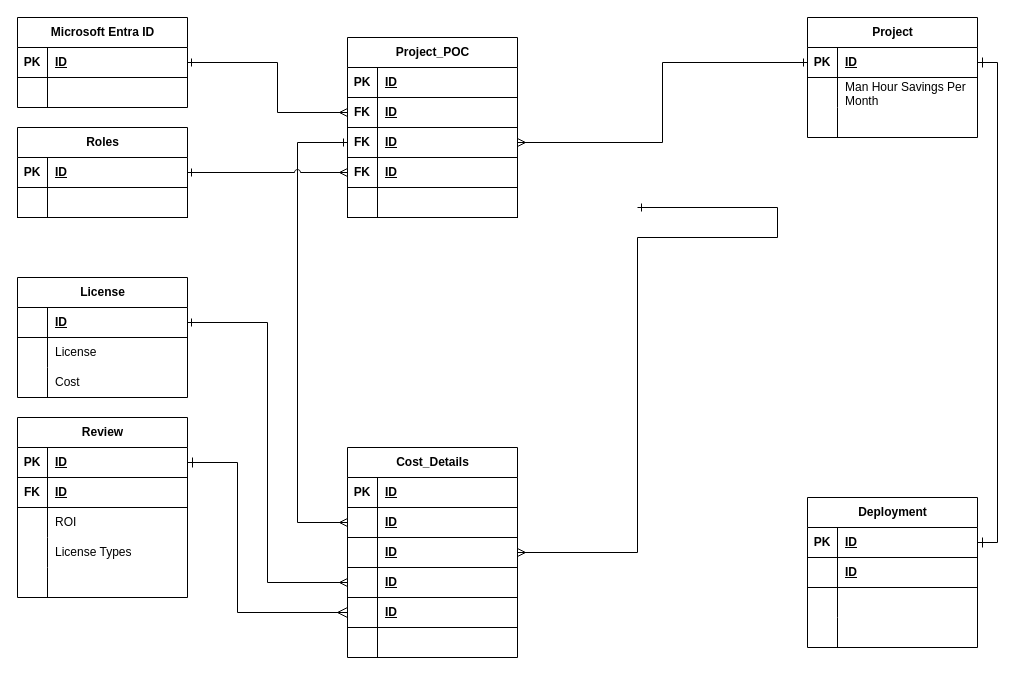
Earlier version of the draw.io diagram page "Option-3y" (2 of 3) of erd-projint-01.drawio (josjreyes/ProjectIntake). Source tidied: cells renumbered, new cells numbered last; positions are measured from the earlier drawing's top-left corner, leaving out a move shared by most shapes. Both pictures are drawn from the tidied source at 100%, with x=0, y=0 at pixel (17, 17).
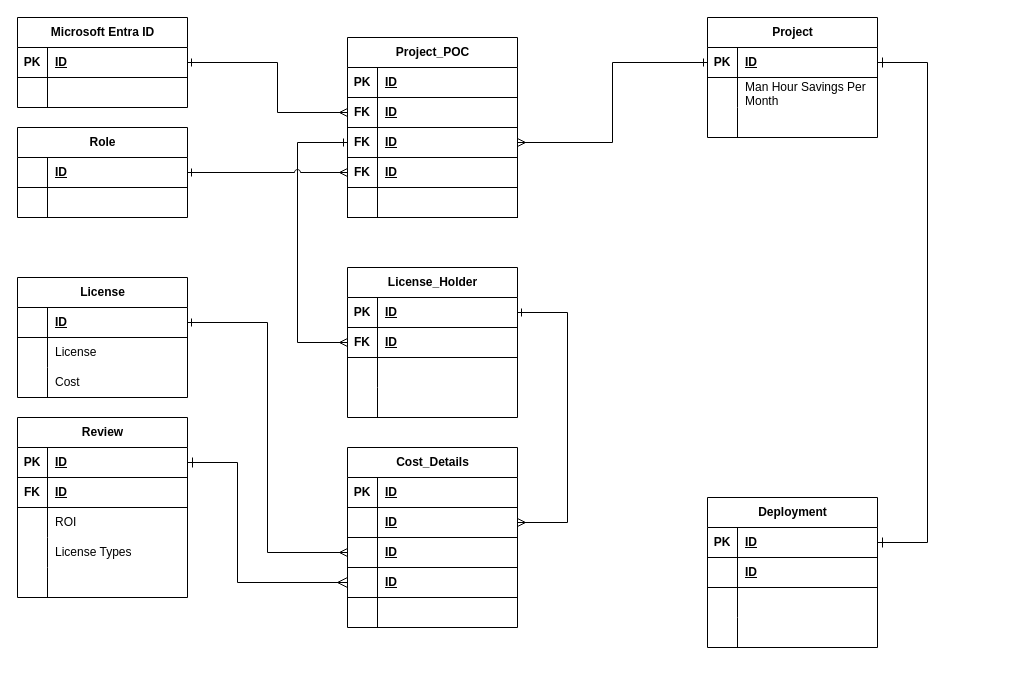
The same page after the edit.

Commit message:
Added License_Holder table

The change refers to these unchanged cells:
```xml
<mxCell id="3" style="shape=tableRow;horizontal=0;startSize=0;swimlaneHead=0;swimlaneBody=0;fillColor=none;points=[[0,0.5],[1,0.5]];portConstraint=eastwest;top=0;left=0;right=0;bottom=1;" parent="2" vertex="1">
  <mxGeometry y="30" width="170" height="30" as="geometry" />
</mxCell>
<mxCell id="13" style="shape=tableRow;horizontal=0;startSize=0;swimlaneHead=0;swimlaneBody=0;fillColor=none;points=[[0,0.5],[1,0.5]];portConstraint=eastwest;top=0;left=0;right=0;bottom=1;" parent="12" vertex="1">
  <mxGeometry y="30" width="170" height="30" as="geometry" />
</mxCell>
<mxCell id="26" style="shape=tableRow;horizontal=0;startSize=0;swimlaneHead=0;swimlaneBody=0;fillColor=none;points=[[0,0.5],[1,0.5]];portConstraint=eastwest;top=0;left=0;right=0;bottom=1;" parent="22" vertex="1">
  <mxGeometry y="60" width="170" height="30" as="geometry" />
</mxCell>
<mxCell id="49" style="shape=tableRow;horizontal=0;startSize=0;swimlaneHead=0;swimlaneBody=0;fillColor=none;points=[[0,0.5],[1,0.5]];portConstraint=eastwest;top=0;left=0;right=0;bottom=1;" parent="48" vertex="1">
  <mxGeometry y="30" width="170" height="30" as="geometry" />
</mxCell>
<mxCell id="64" style="shape=tableRow;horizontal=0;startSize=0;swimlaneHead=0;swimlaneBody=0;fillColor=none;points=[[0,0.5],[1,0.5]];portConstraint=eastwest;top=0;left=0;right=0;bottom=1;" parent="63" vertex="1">
  <mxGeometry y="30" width="170" height="30" as="geometry" />
</mxCell>
<mxCell id="93" style="shape=tableRow;horizontal=0;startSize=0;swimlaneHead=0;swimlaneBody=0;fillColor=none;points=[[0,0.5],[1,0.5]];portConstraint=eastwest;top=0;left=0;right=0;bottom=1;" parent="86" vertex="1">
  <mxGeometry y="90" width="170" height="30" as="geometry" />
</mxCell>
<mxCell id="96" style="shape=tableRow;horizontal=0;startSize=0;swimlaneHead=0;swimlaneBody=0;fillColor=none;points=[[0,0.5],[1,0.5]];portConstraint=eastwest;top=0;left=0;right=0;bottom=1;" parent="86" vertex="1">
  <mxGeometry y="120" width="170" height="30" as="geometry" />
</mxCell>
```

Diff of the diagram source:
```diff
@@
     <mxCell id="2" value="Project" style="shape=table;startSize=30;childLayout=tableLayout;rowLines=0;fontStyle=1;align=center;html=1;" parent="1" vertex="1">
-      <mxGeometry x="790" width="170" height="120" as="geometry" />
+      <mxGeometry x="690" width="170" height="120" as="geometry" />
     </mxCell>
@@
     <mxCell id="22" value="Cost_Details" style="shape=table;startSize=30;childLayout=tableLayout;rowLines=0;fontStyle=1;align=center;html=1;" parent="1" vertex="1">
-      <mxGeometry x="330" y="430" width="170" height="210" as="geometry" />
+      <mxGeometry x="330" y="430" width="170" height="180" as="geometry" />
     </mxCell>
@@
-    <mxCell id="29" style="shape=tableRow;horizontal=0;startSize=0;swimlaneHead=0;swimlaneBody=0;fillColor=none;points=[[0,0.5],[1,0.5]];portConstraint=eastwest;top=0;left=0;right=0;bottom=1;" parent="22" vertex="1">
-      <mxGeometry y="90" width="170" height="30" as="geometry" />
-    </mxCell>
-    <mxCell id="30" style="shape=partialRectangle;fillColor=none;top=0;left=0;bottom=0;right=0;fontStyle=1;overflow=hidden;whiteSpace=wrap;html=1;" parent="29" vertex="1">
-      <mxGeometry width="30" height="30" as="geometry" />
-    </mxCell>
-    <mxCell id="31" value="ID" style="shape=partialRectangle;fillColor=none;top=0;left=0;bottom=0;right=0;align=left;spacingLeft=6;fontStyle=5;overflow=hidden;whiteSpace=wrap;html=1;" parent="29" vertex="1">
-      <mxGeometry x="30" width="140" height="30" as="geometry" />
-    </mxCell>
     <mxCell id="32" style="shape=tableRow;horizontal=0;startSize=0;swimlaneHead=0;swimlaneBody=0;fillColor=none;points=[[0,0.5],[1,0.5]];portConstraint=eastwest;top=0;left=0;right=0;bottom=1;" parent="22" vertex="1">
-      <mxGeometry y="120" width="170" height="30" as="geometry" />
+      <mxGeometry y="90" width="170" height="30" as="geometry" />
     </mxCell>
@@
     <mxCell id="35" style="shape=tableRow;horizontal=0;startSize=0;swimlaneHead=0;swimlaneBody=0;fillColor=none;points=[[0,0.5],[1,0.5]];portConstraint=eastwest;top=0;left=0;right=0;bottom=1;" parent="22" vertex="1">
-      <mxGeometry y="150" width="170" height="30" as="geometry" />
+      <mxGeometry y="120" width="170" height="30" as="geometry" />
     </mxCell>
@@
     <mxCell id="38" style="shape=tableRow;horizontal=0;startSize=0;swimlaneHead=0;swimlaneBody=0;fillColor=none;top=0;left=0;right=0;bottom=0;" parent="22" vertex="1">
-      <mxGeometry y="180" width="170" height="30" as="geometry" />
+      <mxGeometry y="150" width="170" height="30" as="geometry" />
     </mxCell>
@@
     <mxCell id="48" value="Deployment" style="shape=table;startSize=30;childLayout=tableLayout;rowLines=0;fontStyle=1;align=center;html=1;" parent="1" vertex="1">
-      <mxGeometry x="790" y="480" width="170" height="150" as="geometry" />
+      <mxGeometry x="690" y="480" width="170" height="150" as="geometry" />
     </mxCell>
@@
-    <mxCell id="61" style="edgeStyle=orthogonalEdgeStyle;rounded=0;jettySize=auto;html=1;exitX=1;exitY=0.5;exitDx=0;exitDy=0;endArrow=ERone;endFill=0;startArrow=ERmany;startFill=0;" parent="1" edge="1" source="29">
+    <mxCell id="61" style="edgeStyle=orthogonalEdgeStyle;rounded=0;jettySize=auto;html=1;exitX=1;exitY=0.5;exitDx=0;exitDy=0;endArrow=ERone;endFill=0;startArrow=ERmany;startFill=0;entryX=1;entryY=0.5;entryDx=0;entryDy=0;" parent="1" edge="1" source="26" target="109">
       <mxGeometry relative="1" as="geometry">
-        <mxPoint x="620" y="190" as="targetPoint" />
         <Array as="points">
-          <mxPoint x="620" y="535" />
-          <mxPoint x="620" y="220" />
-          <mxPoint x="760" y="220" />
+          <mxPoint x="550" y="505" />
+          <mxPoint x="550" y="295" />
         </Array>
       </mxGeometry>
     </mxCell>
-    <mxCell id="62" style="edgeStyle=orthogonalEdgeStyle;rounded=0;jettySize=auto;html=1;endArrow=ERone;endFill=0;startArrow=ERmany;startFill=0;exitX=0;exitY=0.5;exitDx=0;exitDy=0;entryX=0;entryY=0.5;entryDx=0;entryDy=0;strokeColor=default;jumpStyle=arc;" parent="1" edge="1" source="26" target="93">
+    <mxCell id="62" style="edgeStyle=orthogonalEdgeStyle;rounded=0;jettySize=auto;html=1;endArrow=ERone;endFill=0;startArrow=ERmany;startFill=0;exitX=0;exitY=0.5;exitDx=0;exitDy=0;entryX=0;entryY=0.5;entryDx=0;entryDy=0;strokeColor=default;jumpStyle=arc;" parent="1" edge="1" source="83" target="93">
       <mxGeometry relative="1" as="geometry">
         <Array as="points">
-          <mxPoint x="280" y="505" />
+          <mxPoint x="280" y="325" />
           <mxPoint x="280" y="125" />
         </Array>
       </mxGeometry>
     </mxCell>
@@
-    <mxCell id="79" value="Roles" style="shape=table;startSize=30;childLayout=tableLayout;rowLines=0;fontStyle=1;align=center;html=1;" parent="1" vertex="1">
-      <mxGeometry y="110" width="170" height="90" as="geometry" />
-    </mxCell>
-    <mxCell id="80" style="shape=tableRow;horizontal=0;startSize=0;swimlaneHead=0;swimlaneBody=0;fillColor=none;points=[[0,0.5],[1,0.5]];portConstraint=eastwest;top=0;left=0;right=0;bottom=1;" parent="79" vertex="1">
-      <mxGeometry y="30" width="170" height="30" as="geometry" />
-    </mxCell>
-    <mxCell id="81" value="PK" style="shape=partialRectangle;fillColor=none;top=0;left=0;bottom=0;right=0;fontStyle=1;overflow=hidden;whiteSpace=wrap;html=1;" parent="80" vertex="1">
-      <mxGeometry width="30" height="30" as="geometry" />
-    </mxCell>
-    <mxCell id="82" value="ID" style="shape=partialRectangle;fillColor=none;top=0;left=0;bottom=0;right=0;align=left;spacingLeft=6;fontStyle=5;overflow=hidden;whiteSpace=wrap;html=1;" parent="80" vertex="1">
-      <mxGeometry x="30" width="140" height="30" as="geometry" />
-    </mxCell>
-    <mxCell id="83" style="shape=tableRow;horizontal=0;startSize=0;swimlaneHead=0;swimlaneBody=0;fillColor=none;points=[[0,0.5],[1,0.5]];portConstraint=eastwest;top=0;left=0;right=0;bottom=1;" parent="79" vertex="1">
-      <mxGeometry y="60" width="170" height="30" as="geometry" />
-    </mxCell>
-    <mxCell id="84" style="shape=partialRectangle;fillColor=none;top=0;left=0;bottom=0;right=0;fontStyle=1;overflow=hidden;whiteSpace=wrap;html=1;" parent="83" vertex="1">
-      <mxGeometry width="30" height="30" as="geometry" />
-    </mxCell>
-    <mxCell id="85" style="shape=partialRectangle;fillColor=none;top=0;left=0;bottom=0;right=0;align=left;spacingLeft=6;fontStyle=5;overflow=hidden;whiteSpace=wrap;html=1;" parent="83" vertex="1">
-      <mxGeometry x="30" width="140" height="30" as="geometry" />
-    </mxCell>
@@
-    <mxCell id="104" style="edgeStyle=orthogonalEdgeStyle;rounded=0;jettySize=auto;html=1;startArrow=ERmany;startFill=0;endArrow=ERone;endFill=0;exitX=0;exitY=0.5;exitDx=0;exitDy=0;jumpStyle=arc;" parent="1" edge="1" source="96" target="80">
+    <mxCell id="104" style="edgeStyle=orthogonalEdgeStyle;rounded=0;jettySize=auto;html=1;startArrow=ERmany;startFill=0;endArrow=ERone;endFill=0;exitX=0;exitY=0.5;exitDx=0;exitDy=0;jumpStyle=arc;entryX=1;entryY=0.5;entryDx=0;entryDy=0;" parent="1" edge="1" source="96" target="120">
       <mxGeometry relative="1" as="geometry" />
     </mxCell>
     <mxCell id="105" style="edgeStyle=orthogonalEdgeStyle;rounded=0;jettySize=auto;html=1;entryX=0;entryY=0.5;entryDx=0;entryDy=0;fontSize=12;startSize=8;endSize=8;exitX=1;exitY=0.5;exitDx=0;exitDy=0;startArrow=ERone;startFill=0;endArrow=ERmany;endFill=0;" parent="1" edge="1" source="64" target="35">
       <mxGeometry relative="1" as="geometry">
         <Array as="points">
           <mxPoint x="220" y="445" />
-          <mxPoint x="220" y="595" />
+          <mxPoint x="220" y="565" />
         </Array>
       </mxGeometry>
     </mxCell>
     <mxCell id="106" style="edgeStyle=orthogonalEdgeStyle;rounded=0;jettySize=auto;html=1;endArrow=ERone;endFill=0;startArrow=ERmany;startFill=0;exitX=0;exitY=0.5;exitDx=0;exitDy=0;" parent="1" edge="1" source="32" target="13">
       <mxGeometry relative="1" as="geometry">
         <Array as="points">
-          <mxPoint x="250" y="565" />
+          <mxPoint x="250" y="535" />
           <mxPoint x="250" y="305" />
         </Array>
       </mxGeometry>
     </mxCell>
     <mxCell id="107" style="edgeStyle=orthogonalEdgeStyle;rounded=0;jettySize=auto;html=1;fontSize=12;startSize=8;endSize=8;entryX=1;entryY=0.5;entryDx=0;entryDy=0;exitX=1;exitY=0.5;exitDx=0;exitDy=0;startArrow=ERone;startFill=0;endArrow=ERone;endFill=0;" parent="1" edge="1" source="3" target="49">
-      <mxGeometry relative="1" as="geometry" />
+      <mxGeometry relative="1" as="geometry">
+        <Array as="points">
+          <mxPoint x="910" y="45" />
+          <mxPoint x="910" y="525" />
+        </Array>
+      </mxGeometry>
     </mxCell>
+    <mxCell id="108" value="License_Holder" style="shape=table;startSize=30;childLayout=tableLayout;rowLines=0;fontStyle=1;align=center;html=1;" parent="1" vertex="1">
+      <mxGeometry x="330" y="250" width="170" height="150" as="geometry" />
+    </mxCell>
+    <mxCell id="109" style="shape=tableRow;horizontal=0;startSize=0;swimlaneHead=0;swimlaneBody=0;fillColor=none;points=[[0,0.5],[1,0.5]];portConstraint=eastwest;top=0;left=0;right=0;bottom=1;" parent="108" vertex="1">
+      <mxGeometry y="30" width="170" height="30" as="geometry" />
+    </mxCell>
+    <mxCell id="81" value="PK" style="shape=partialRectangle;fillColor=none;top=0;left=0;bottom=0;right=0;fontStyle=1;overflow=hidden;whiteSpace=wrap;html=1;" parent="109" vertex="1">
+      <mxGeometry width="30" height="30" as="geometry" />
+    </mxCell>
+    <mxCell id="110" value="ID" style="shape=partialRectangle;fillColor=none;top=0;left=0;bottom=0;right=0;align=left;spacingLeft=6;fontStyle=5;overflow=hidden;whiteSpace=wrap;html=1;" parent="109" vertex="1">
+      <mxGeometry x="30" width="140" height="30" as="geometry" />
+    </mxCell>
+    <mxCell id="83" style="shape=tableRow;horizontal=0;startSize=0;swimlaneHead=0;swimlaneBody=0;fillColor=none;points=[[0,0.5],[1,0.5]];portConstraint=eastwest;top=0;left=0;right=0;bottom=1;" parent="108" vertex="1">
+      <mxGeometry y="60" width="170" height="30" as="geometry" />
+    </mxCell>
+    <mxCell id="111" value="FK" style="shape=partialRectangle;fillColor=none;top=0;left=0;bottom=0;right=0;fontStyle=1;overflow=hidden;whiteSpace=wrap;html=1;" parent="83" vertex="1">
+      <mxGeometry width="30" height="30" as="geometry" />
+    </mxCell>
+    <mxCell id="112" value="ID" style="shape=partialRectangle;fillColor=none;top=0;left=0;bottom=0;right=0;align=left;spacingLeft=6;fontStyle=5;overflow=hidden;whiteSpace=wrap;html=1;" parent="83" vertex="1">
+      <mxGeometry x="30" width="140" height="30" as="geometry" />
+    </mxCell>
+    <mxCell id="113" style="shape=tableRow;horizontal=0;startSize=0;swimlaneHead=0;swimlaneBody=0;fillColor=none;top=0;left=0;right=0;bottom=0;" parent="108" vertex="1">
+      <mxGeometry y="90" width="170" height="30" as="geometry" />
+    </mxCell>
+    <mxCell id="114" style="shape=partialRectangle;fillColor=none;top=0;left=0;bottom=0;right=0;overflow=hidden;whiteSpace=wrap;html=1;" parent="113" vertex="1">
+      <mxGeometry width="30" height="30" as="geometry" />
+    </mxCell>
+    <mxCell id="115" style="shape=partialRectangle;fillColor=none;top=0;left=0;bottom=0;right=0;align=left;spacingLeft=6;overflow=hidden;whiteSpace=wrap;html=1;" parent="113" vertex="1">
+      <mxGeometry x="30" width="140" height="30" as="geometry" />
+    </mxCell>
+    <mxCell id="116" style="shape=tableRow;horizontal=0;startSize=0;swimlaneHead=0;swimlaneBody=0;fillColor=none;top=0;left=0;right=0;bottom=0;" parent="108" vertex="1">
+      <mxGeometry y="120" width="170" height="30" as="geometry" />
+    </mxCell>
+    <mxCell id="117" style="shape=partialRectangle;fillColor=none;top=0;left=0;bottom=0;right=0;overflow=hidden;whiteSpace=wrap;html=1;" parent="116" vertex="1">
+      <mxGeometry width="30" height="30" as="geometry" />
+    </mxCell>
+    <mxCell id="118" style="shape=partialRectangle;fillColor=none;top=0;left=0;bottom=0;right=0;align=left;spacingLeft=6;overflow=hidden;whiteSpace=wrap;html=1;" parent="116" vertex="1">
+      <mxGeometry x="30" width="140" height="30" as="geometry" />
+    </mxCell>
+    <mxCell id="119" value="Role" style="shape=table;startSize=30;childLayout=tableLayout;rowLines=0;fontStyle=1;align=center;html=1;" parent="1" vertex="1">
+      <mxGeometry y="110" width="170" height="90" as="geometry" />
+    </mxCell>
+    <mxCell id="120" style="shape=tableRow;horizontal=0;startSize=0;swimlaneHead=0;swimlaneBody=0;fillColor=none;points=[[0,0.5],[1,0.5]];portConstraint=eastwest;top=0;left=0;right=0;bottom=1;" parent="119" vertex="1">
+      <mxGeometry y="30" width="170" height="30" as="geometry" />
+    </mxCell>
+    <mxCell id="121" style="shape=partialRectangle;fillColor=none;top=0;left=0;bottom=0;right=0;fontStyle=1;overflow=hidden;whiteSpace=wrap;html=1;" parent="120" vertex="1">
+      <mxGeometry width="30" height="30" as="geometry" />
+    </mxCell>
+    <mxCell id="122" value="ID" style="shape=partialRectangle;fillColor=none;top=0;left=0;bottom=0;right=0;align=left;spacingLeft=6;fontStyle=5;overflow=hidden;whiteSpace=wrap;html=1;" parent="120" vertex="1">
+      <mxGeometry x="30" width="140" height="30" as="geometry" />
+    </mxCell>
+    <mxCell id="123" style="shape=tableRow;horizontal=0;startSize=0;swimlaneHead=0;swimlaneBody=0;fillColor=none;top=0;left=0;right=0;bottom=0;" parent="119" vertex="1">
+      <mxGeometry y="60" width="170" height="30" as="geometry" />
+    </mxCell>
+    <mxCell id="124" style="shape=partialRectangle;fillColor=none;top=0;left=0;bottom=0;right=0;overflow=hidden;whiteSpace=wrap;html=1;" parent="123" vertex="1">
+      <mxGeometry width="30" height="30" as="geometry" />
+    </mxCell>
+    <mxCell id="125" style="shape=partialRectangle;fillColor=none;top=0;left=0;bottom=0;right=0;align=left;spacingLeft=6;overflow=hidden;whiteSpace=wrap;html=1;" parent="123" vertex="1">
+      <mxGeometry x="30" width="140" height="30" as="geometry" />
+    </mxCell>
```
